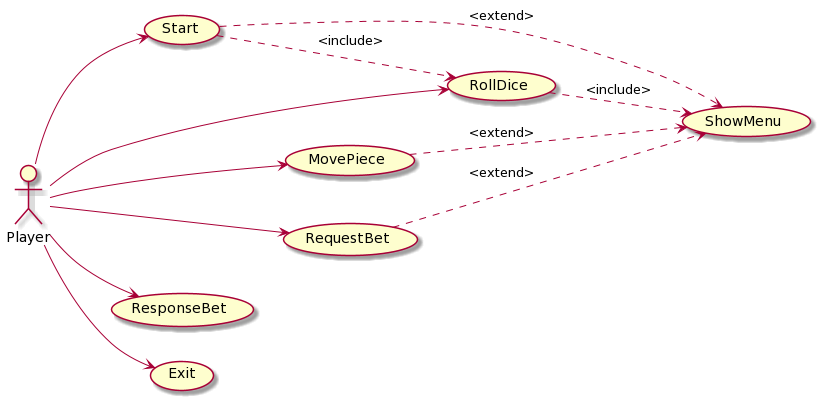
The PlantUML diagram rup/usecase/use_cases.png in USantaTecla-game-backgammon/backgammon, before a commit.
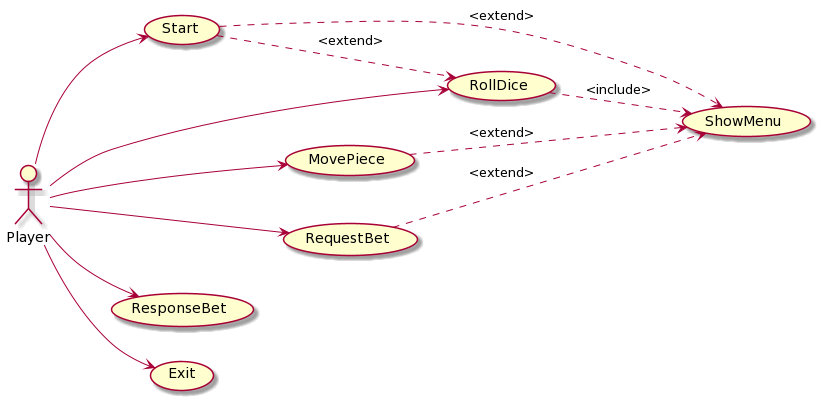
After the change.

Commit message:
Clase 22/11 Analysis Menu, Start & UseCases Start, RollDice

Diff of the diagram source:
```diff
@@ -13,7 +13,7 @@
 
 Player --> Start
 Start ..> ShowMenu : <extend>
-Start ..> RollDice : <include>
+Start ..> RollDice : <extend>
 Player --> MovePiece
 MovePiece ..> ShowMenu : <extend>
 Player --> RequestBet
```
